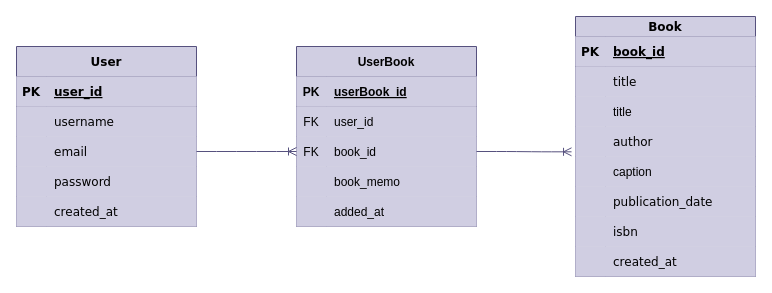
Before: docs/lotta_ER.drawio in ctake099/lotta-backend, a draw.io diagram. Source tidied: cells renumbered, new cells numbered last; positions are measured from the earlier drawing's top-left corner, leaving out a move shared by most shapes. Both pictures are drawn from the tidied source at 100%, with x=0, y=0 at pixel (16, 16).
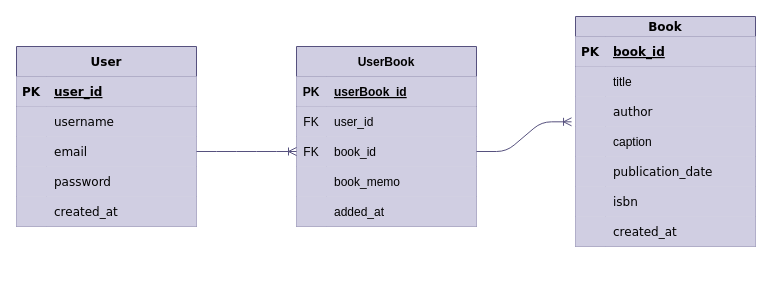
The same page after the edit.

Commit message:
fix typo title

The edit, as a diff of the source:
```diff
@@
     <mxCell id="18" value="Book" style="shape=table;startSize=20;childLayout=tableLayout;rowLines=0;fontStyle=1;align=center;fontFamily=Verdana;fillStyle=auto;swimlaneFillColor=default;fillColor=#d0cee2;strokeColor=#56517e;fontColor=#000000;" parent="1" vertex="1">
-      <mxGeometry x="559" width="180" height="260" as="geometry" />
+      <mxGeometry x="559" width="180" height="230" as="geometry" />
     </mxCell>
@@
-    <mxCell id="22" style="shape=tableRow;horizontal=0;startSize=0;swimlaneHead=0;swimlaneBody=0;fillColor=#d0cee2;top=0;left=0;right=0;bottom=0;fontFamily=Verdana;strokeColor=#56517e;fontColor=#000000;" parent="18" vertex="1">
-      <mxGeometry y="50" width="180" height="30" as="geometry" />
-    </mxCell>
-    <mxCell id="23" style="shape=partialRectangle;fillColor=#d0cee2;top=0;left=0;bottom=0;right=0;overflow=hidden;fontFamily=Verdana;strokeColor=#56517e;fontColor=#000000;" parent="22" vertex="1">
-      <mxGeometry width="30" height="30" as="geometry" />
-    </mxCell>
-    <mxCell id="24" value="title" style="shape=partialRectangle;fillColor=#d0cee2;top=0;left=0;bottom=0;right=0;align=left;spacingLeft=6;overflow=hidden;fontFamily=Verdana;strokeColor=#56517e;fontColor=#000000;" parent="22" vertex="1">
-      <mxGeometry x="30" width="150" height="30" as="geometry" />
-    </mxCell>
     <mxCell id="25" style="shape=tableRow;horizontal=0;startSize=0;swimlaneHead=0;swimlaneBody=0;fillColor=#d0cee2;top=0;left=0;right=0;bottom=0;strokeColor=#56517e;fontColor=#000000;" parent="18" vertex="1">
-      <mxGeometry y="80" width="180" height="30" as="geometry" />
+      <mxGeometry y="50" width="180" height="30" as="geometry" />
     </mxCell>
@@
     <mxCell id="28" style="shape=tableRow;horizontal=0;startSize=0;swimlaneHead=0;swimlaneBody=0;fillColor=#d0cee2;top=0;left=0;right=0;bottom=0;fontFamily=Verdana;strokeColor=#56517e;fontColor=#000000;" parent="18" vertex="1">
-      <mxGeometry y="110" width="180" height="30" as="geometry" />
+      <mxGeometry y="80" width="180" height="30" as="geometry" />
     </mxCell>
@@
     <mxCell id="31" style="shape=tableRow;horizontal=0;startSize=0;swimlaneHead=0;swimlaneBody=0;fillColor=#d0cee2;points=[[0,0.5],[1,0.5]];portConstraint=eastwest;top=0;left=0;right=0;bottom=0;strokeColor=#56517e;fontColor=#000000;" parent="18" vertex="1">
-      <mxGeometry y="140" width="180" height="30" as="geometry" />
+      <mxGeometry y="110" width="180" height="30" as="geometry" />
     </mxCell>
@@
     <mxCell id="34" style="shape=tableRow;horizontal=0;startSize=0;swimlaneHead=0;swimlaneBody=0;fillColor=#d0cee2;top=0;left=0;right=0;bottom=0;fontFamily=Verdana;strokeColor=#56517e;fontColor=#000000;" parent="18" vertex="1">
-      <mxGeometry y="170" width="180" height="30" as="geometry" />
+      <mxGeometry y="140" width="180" height="30" as="geometry" />
     </mxCell>
@@
     <mxCell id="37" style="shape=tableRow;horizontal=0;startSize=0;swimlaneHead=0;swimlaneBody=0;fillColor=#d0cee2;top=0;left=0;right=0;bottom=0;fontFamily=Verdana;strokeColor=#56517e;fontColor=#000000;" parent="18" vertex="1">
-      <mxGeometry y="200" width="180" height="30" as="geometry" />
+      <mxGeometry y="170" width="180" height="30" as="geometry" />
     </mxCell>
@@
     <mxCell id="40" style="shape=tableRow;horizontal=0;startSize=0;swimlaneHead=0;swimlaneBody=0;fillColor=#d0cee2;top=0;left=0;right=0;bottom=0;fontFamily=Verdana;strokeColor=#56517e;fontColor=#000000;" parent="18" vertex="1">
-      <mxGeometry y="230" width="180" height="30" as="geometry" />
+      <mxGeometry y="200" width="180" height="30" as="geometry" />
     </mxCell>
```
